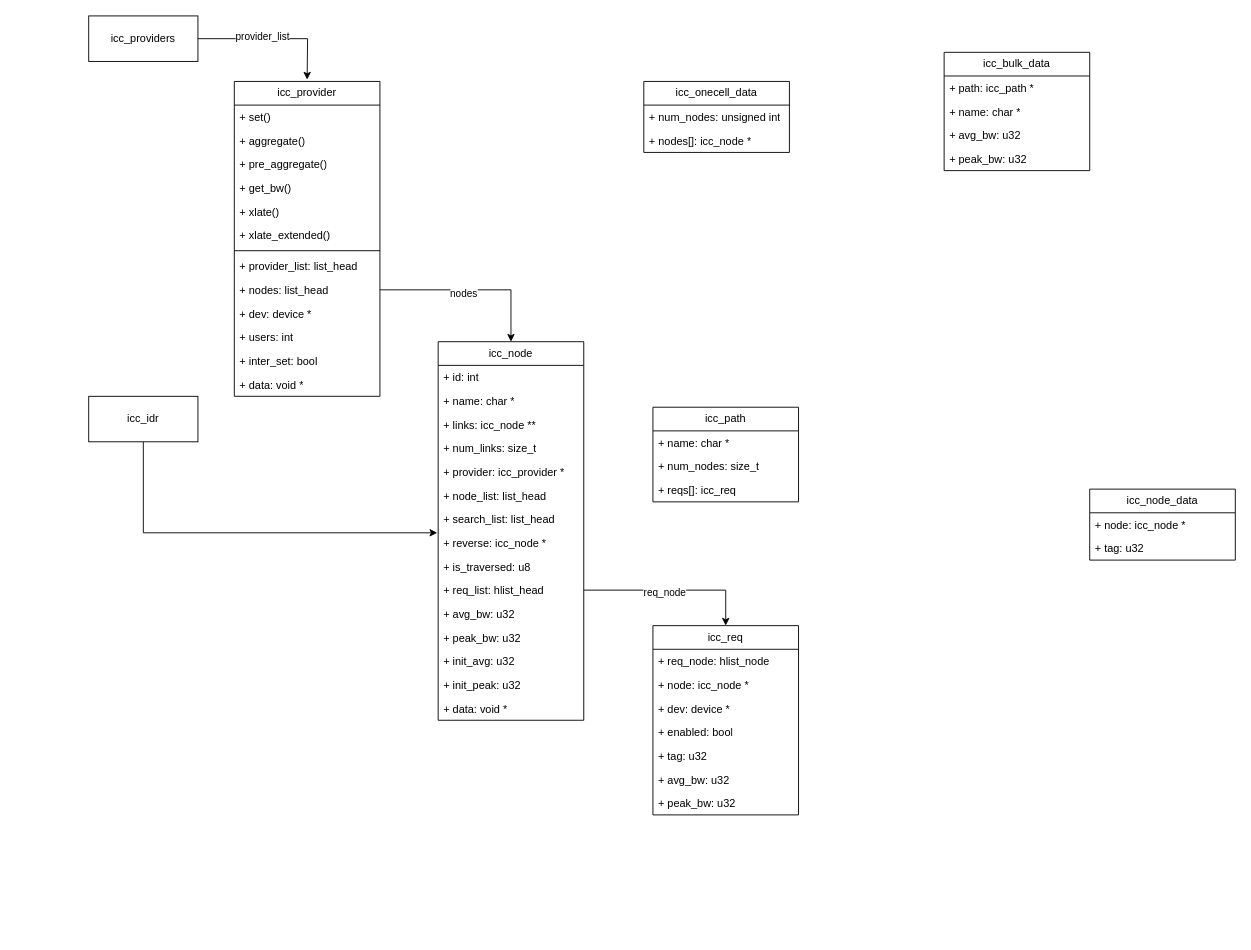
This is Interconnect.drawio from Kaling1203/Diagram, a draw.io file, before an edit. Source tidied: cells renumbered, new cells numbered last; positions are measured from the earlier drawing's top-left corner, leaving out a move shared by most shapes. Both pictures are drawn from the tidied source at 91%, with x=0, y=0 at pixel (88, 15).
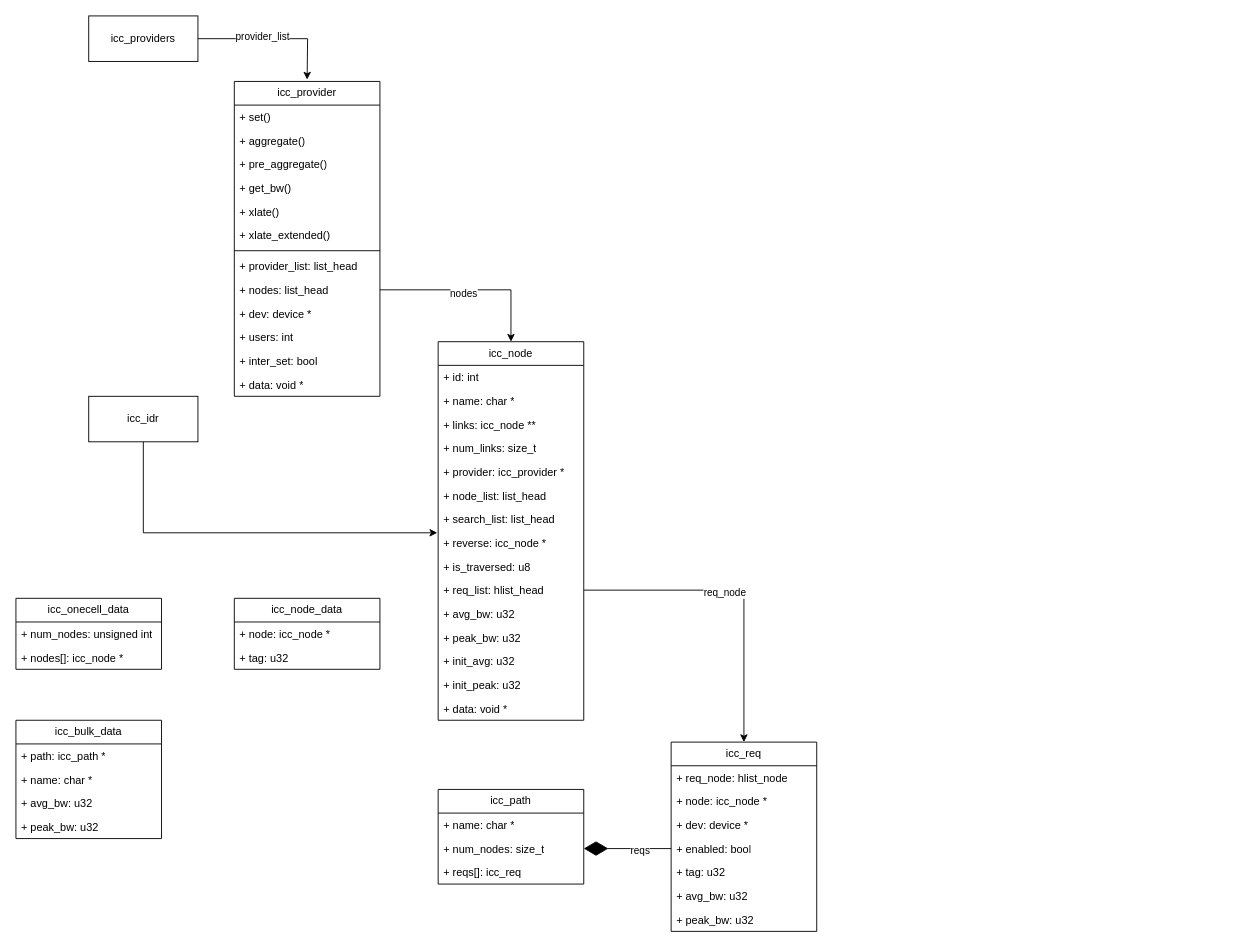
After the change.

The change refers to these unchanged cells:
```xml
<mxCell id="6" value="+ enabled: bool" style="text;strokeColor=none;fillColor=none;align=left;verticalAlign=top;spacingLeft=4;spacingRight=4;overflow=hidden;points=[[0,0.5],[1,0.5]];portConstraint=eastwest;whiteSpace=wrap;html=1;" parent="2" vertex="1">
  <mxGeometry y="104" width="160" height="26" as="geometry" />
</mxCell>
<mxCell id="12" value="+ num_nodes: size_t" style="text;strokeColor=none;fillColor=none;align=left;verticalAlign=top;spacingLeft=4;spacingRight=4;overflow=hidden;points=[[0,0.5],[1,0.5]];portConstraint=eastwest;whiteSpace=wrap;html=1;" parent="10" vertex="1">
  <mxGeometry y="52" width="160" height="26" as="geometry" />
</mxCell>
```

Diff of the diagram source:
```diff
@@
     <mxCell id="2" value="icc_req" style="swimlane;fontStyle=0;horizontal=1;startSize=26;fillColor=none;whiteSpace=wrap;html=1;" parent="1" vertex="1">
-      <mxGeometry x="620" y="670" width="160" height="208" as="geometry" />
+      <mxGeometry x="640" y="798" width="160" height="208" as="geometry" />
     </mxCell>
@@
     <mxCell id="10" value="icc_path" style="swimlane;fontStyle=0;horizontal=1;startSize=26;fillColor=none;whiteSpace=wrap;html=1;" parent="1" vertex="1">
-      <mxGeometry x="620" y="430" width="160" height="104" as="geometry" />
+      <mxGeometry x="384" y="850" width="160" height="104" as="geometry" />
     </mxCell>
@@
     <mxCell id="14" value="icc_bulk_data" style="swimlane;fontStyle=0;horizontal=1;startSize=26;fillColor=none;whiteSpace=wrap;html=1;" parent="1" vertex="1">
-      <mxGeometry x="940" y="40" width="160" height="130" as="geometry" />
+      <mxGeometry x="-80" y="774" width="160" height="130" as="geometry" />
     </mxCell>
@@
     <mxCell id="19" value="icc_node_data" style="swimlane;fontStyle=0;horizontal=1;startSize=26;fillColor=none;whiteSpace=wrap;html=1;" parent="1" vertex="1">
-      <mxGeometry x="1100" y="520" width="160" height="78" as="geometry" />
+      <mxGeometry x="160" y="640" width="160" height="78" as="geometry" />
     </mxCell>
@@
     <mxCell id="22" value="icc_onecell_data" style="swimlane;fontStyle=0;horizontal=1;startSize=26;fillColor=none;whiteSpace=wrap;html=1;" parent="1" vertex="1">
-      <mxGeometry x="610" y="72" width="160" height="78" as="geometry" />
+      <mxGeometry x="-80" y="640" width="160" height="78" as="geometry" />
     </mxCell>
@@
+    <mxCell id="64" style="endArrow=diamondThin;endFill=1;endSize=24;html=1;rounded=0;entryX=1;entryY=0.5;entryDx=0;entryDy=0;exitX=0;exitY=0.5;exitDx=0;exitDy=0;" parent="1" edge="1" source="6" target="12">
+      <mxGeometry relative="1" as="geometry" />
+    </mxCell>
+    <mxCell id="65" value="reqs" style="edgeLabel;html=1;align=center;verticalAlign=middle;" parent="64" vertex="1">
+      <mxGeometry x="-0.27" y="2" relative="1" as="geometry" />
+    </mxCell>
```
